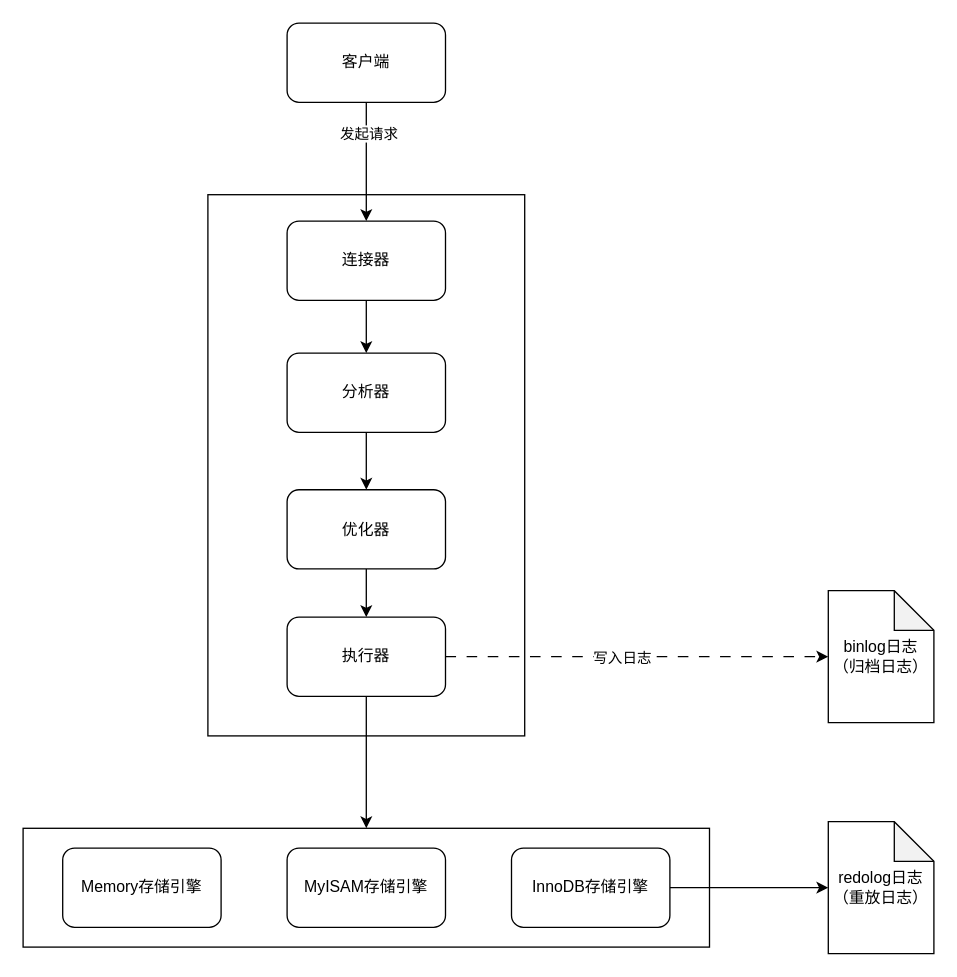
codeyunze/drawio keeps this draw.io diagram as MySQL/MySQL架构.drawio. Above is the earlier version. Source tidied: cells renumbered, new cells numbered last; positions are measured from the earlier drawing's top-left corner, leaving out a move shared by most shapes. Both pictures are drawn from the tidied source at 132%, with x=0, y=0 at pixel (22, 22).
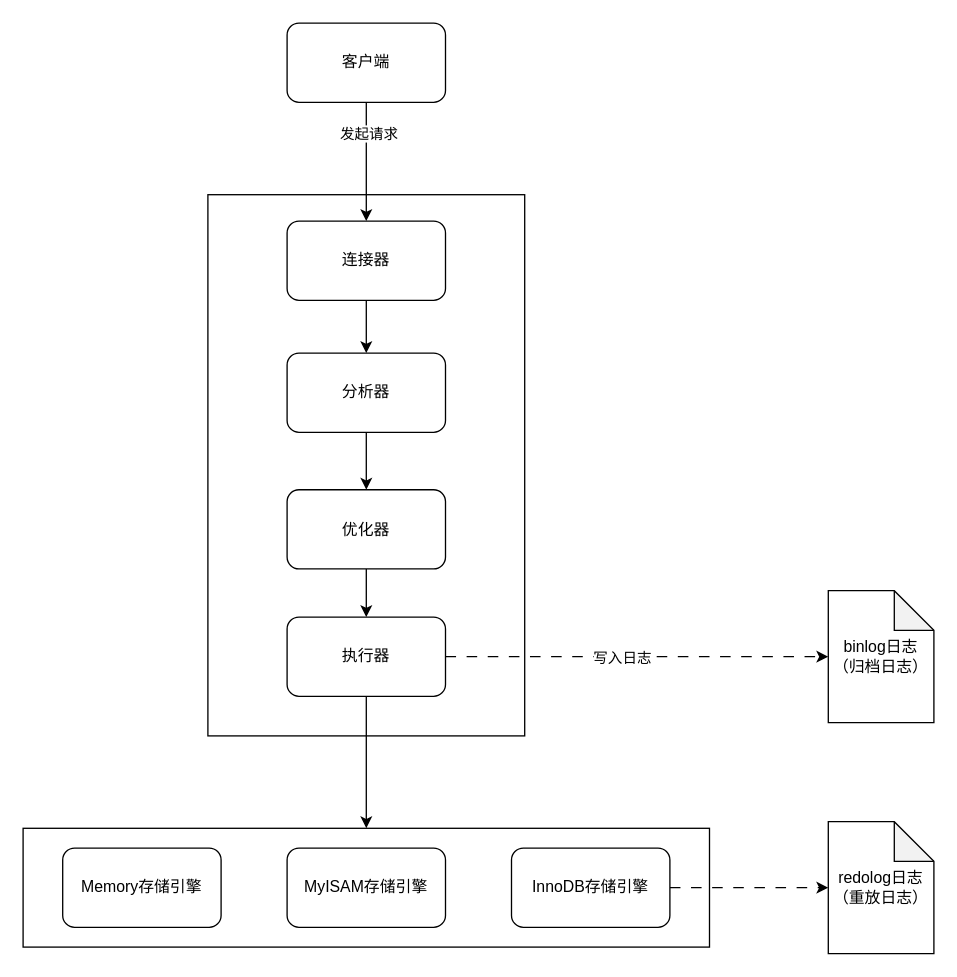
The same diagram, later.

The change refers to these unchanged cells:
```xml
<mxCell id="16" value="InnoDB存储引擎" style="rounded=1;whiteSpace=wrap;html=1;" parent="1" vertex="1">
  <mxGeometry x="370" y="625" width="120" height="60" as="geometry" />
</mxCell>
<mxCell id="22" value="redolog日志&lt;div&gt;（重放日志）&lt;/div&gt;" style="shape=note;whiteSpace=wrap;html=1;backgroundOutline=1;darkOpacity=0.05;" parent="1" vertex="1">
  <mxGeometry x="610" y="605" width="80" height="100" as="geometry" />
</mxCell>
```

Change to the diagram source:
```diff
@@
-    <mxCell id="15" style="edgeStyle=orthogonalEdgeStyle;rounded=0;jettySize=auto;html=1;exitX=1;exitY=0.5;exitDx=0;exitDy=0;" parent="1" edge="1" source="16" target="22">
+    <mxCell id="15" style="edgeStyle=orthogonalEdgeStyle;rounded=0;jettySize=auto;html=1;exitX=1;exitY=0.5;exitDx=0;exitDy=0;dashed=1;dashPattern=8 8;" parent="1" edge="1" source="16" target="22">
       <mxGeometry relative="1" as="geometry" />
     </mxCell>
```
